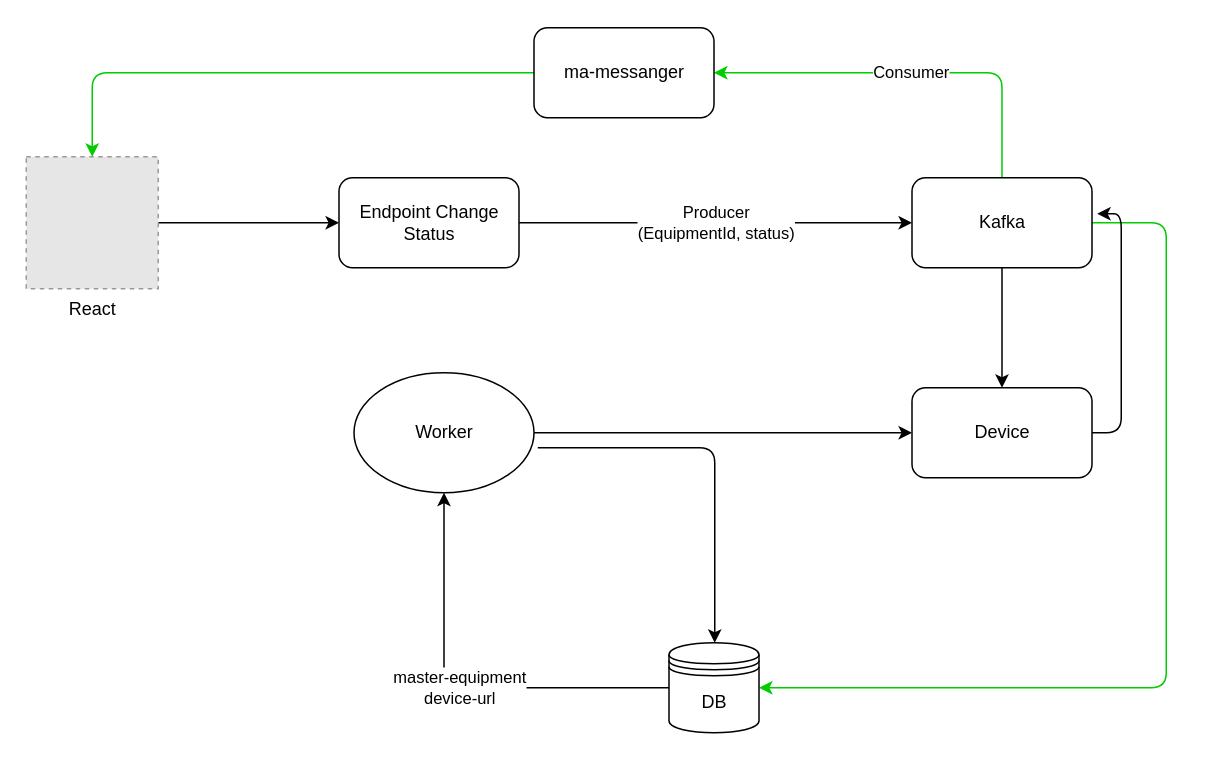
Above: page "change status" (1 of 2) of equipment.drawio in cahya93/diagram.io (draw.io), before the change. Source tidied: cells renumbered, new cells numbered last; positions are measured from the earlier drawing's top-left corner, leaving out a move shared by most shapes. Both pictures are drawn from the tidied source at 150%, with x=0, y=0 at pixel (26, 27). Pictures stored in the file or linked from it are replaced by grey dashed boxes.
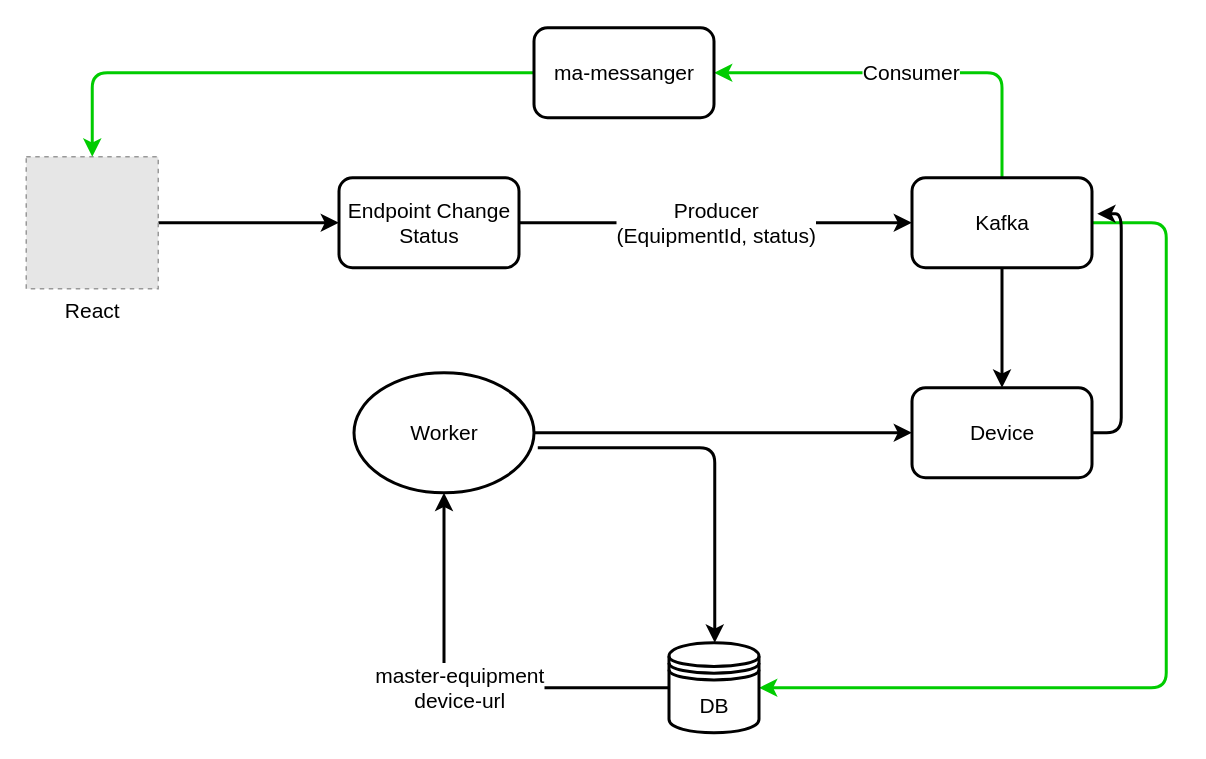
After the change.

What changed in the source:
```diff
@@
-    <mxCell id="2" value="&lt;div&gt;Producer&lt;/div&gt;&lt;div&gt;(EquipmentId, status)&lt;/div&gt;" style="edgeStyle=orthogonalEdgeStyle;rounded=1;jettySize=auto;html=1;" parent="1" edge="1" source="3" target="7">
+    <mxCell id="2" value="&lt;div style=&quot;font-size: 14px;&quot;&gt;Producer&lt;/div&gt;&lt;div style=&quot;font-size: 14px;&quot;&gt;(EquipmentId, status)&lt;/div&gt;" style="edgeStyle=orthogonalEdgeStyle;rounded=1;jettySize=auto;html=1;fontSize=14;strokeWidth=2;" parent="1" edge="1" source="3" target="7">
       <mxGeometry relative="1" as="geometry" />
     </mxCell>
-    <mxCell id="3" value="Endpoint Change Status" style="rounded=1;whiteSpace=wrap;html=1;" parent="1" vertex="1">
+    <mxCell id="3" value="Endpoint Change Status" style="rounded=1;whiteSpace=wrap;html=1;fontSize=14;strokeWidth=2;" parent="1" vertex="1">
       <mxGeometry x="208.5" y="100" width="120" height="60" as="geometry" />
     </mxCell>
-    <mxCell id="4" style="edgeStyle=orthogonalEdgeStyle;rounded=1;jettySize=auto;html=1;" parent="1" edge="1" source="7" target="9">
+    <mxCell id="4" style="edgeStyle=orthogonalEdgeStyle;rounded=1;jettySize=auto;html=1;fontSize=14;strokeWidth=2;" parent="1" edge="1" source="7" target="9">
       <mxGeometry relative="1" as="geometry" />
     </mxCell>
-    <mxCell id="5" value="Consumer" style="edgeStyle=orthogonalEdgeStyle;rounded=1;jettySize=auto;html=1;entryX=1;entryY=0.5;entryDx=0;entryDy=0;exitX=0.5;exitY=0;exitDx=0;exitDy=0;strokeColor=#00CC00;" parent="1" edge="1" source="7" target="18">
+    <mxCell id="5" value="Consumer" style="edgeStyle=orthogonalEdgeStyle;rounded=1;jettySize=auto;html=1;entryX=1;entryY=0.5;entryDx=0;entryDy=0;exitX=0.5;exitY=0;exitDx=0;exitDy=0;strokeColor=#00CC00;fontSize=14;strokeWidth=2;" parent="1" edge="1" source="7" target="18">
       <mxGeometry relative="1" as="geometry">
         <Array as="points">
           <mxPoint x="651" y="30" />
         </Array>
       </mxGeometry>
     </mxCell>
-    <mxCell id="6" style="edgeStyle=orthogonalEdgeStyle;rounded=1;jettySize=auto;html=1;entryX=1;entryY=0.5;entryDx=0;entryDy=0;strokeColor=#00CC00;" parent="1" edge="1" source="7" target="14">
+    <mxCell id="6" style="edgeStyle=orthogonalEdgeStyle;rounded=1;jettySize=auto;html=1;entryX=1;entryY=0.5;entryDx=0;entryDy=0;strokeColor=#00CC00;fontSize=14;strokeWidth=2;" parent="1" edge="1" source="7" target="14">
       <mxGeometry relative="1" as="geometry">
         <Array as="points">
           <mxPoint x="760" y="130" />
           <mxPoint x="760" y="440" />
         </Array>
       </mxGeometry>
     </mxCell>
-    <mxCell id="7" value="Kafka" style="rounded=1;whiteSpace=wrap;html=1;" parent="1" vertex="1">
+    <mxCell id="7" value="Kafka" style="rounded=1;whiteSpace=wrap;html=1;fontSize=14;strokeWidth=2;" parent="1" vertex="1">
       <mxGeometry x="590.5" y="100" width="120" height="60" as="geometry" />
     </mxCell>
-    <mxCell id="8" style="edgeStyle=orthogonalEdgeStyle;rounded=1;jettySize=auto;html=1;entryX=1.029;entryY=0.4;entryDx=0;entryDy=0;entryPerimeter=0;exitX=1;exitY=0.5;exitDx=0;exitDy=0;" parent="1" edge="1" source="9" target="7">
+    <mxCell id="8" style="edgeStyle=orthogonalEdgeStyle;rounded=1;jettySize=auto;html=1;entryX=1.029;entryY=0.4;entryDx=0;entryDy=0;entryPerimeter=0;exitX=1;exitY=0.5;exitDx=0;exitDy=0;fontSize=14;strokeWidth=2;" parent="1" edge="1" source="9" target="7">
       <mxGeometry relative="1" as="geometry">
         <Array as="points">
           <mxPoint x="730" y="270" />
           <mxPoint x="730" y="124" />
         </Array>
       </mxGeometry>
     </mxCell>
-    <mxCell id="9" value="Device" style="rounded=1;whiteSpace=wrap;html=1;" parent="1" vertex="1">
+    <mxCell id="9" value="Device" style="rounded=1;whiteSpace=wrap;html=1;fontSize=14;strokeWidth=2;" parent="1" vertex="1">
       <mxGeometry x="590.5" y="240" width="120" height="60" as="geometry" />
     </mxCell>
-    <mxCell id="10" style="edgeStyle=orthogonalEdgeStyle;rounded=1;jettySize=auto;html=1;entryX=0;entryY=0.5;entryDx=0;entryDy=0;" parent="1" edge="1" source="12" target="9">
+    <mxCell id="10" style="edgeStyle=orthogonalEdgeStyle;rounded=1;jettySize=auto;html=1;entryX=0;entryY=0.5;entryDx=0;entryDy=0;fontSize=14;strokeWidth=2;" parent="1" edge="1" source="12" target="9">
       <mxGeometry relative="1" as="geometry" />
     </mxCell>
-    <mxCell id="11" style="edgeStyle=orthogonalEdgeStyle;rounded=1;jettySize=auto;html=1;exitX=1.021;exitY=0.625;exitDx=0;exitDy=0;exitPerimeter=0;" parent="1" edge="1" source="12" target="14">
+    <mxCell id="11" style="edgeStyle=orthogonalEdgeStyle;rounded=1;jettySize=auto;html=1;exitX=1.021;exitY=0.625;exitDx=0;exitDy=0;exitPerimeter=0;fontSize=14;strokeWidth=2;" parent="1" edge="1" source="12" target="14">
       <mxGeometry relative="1" as="geometry">
         <Array as="points">
           <mxPoint x="459" y="280" />
         </Array>
       </mxGeometry>
     </mxCell>
-    <mxCell id="12" value="Worker" style="ellipse;whiteSpace=wrap;html=1;rounded=1;" parent="1" vertex="1">
+    <mxCell id="12" value="Worker" style="ellipse;whiteSpace=wrap;html=1;rounded=1;fontSize=14;strokeWidth=2;" parent="1" vertex="1">
       <mxGeometry x="218.5" y="230" width="120" height="80" as="geometry" />
     </mxCell>
-    <mxCell id="13" value="master-equipment&lt;br&gt;device-url" style="edgeStyle=orthogonalEdgeStyle;rounded=1;jettySize=auto;html=1;entryX=0.5;entryY=1;entryDx=0;entryDy=0;" parent="1" edge="1" source="14" target="12">
+    <mxCell id="13" value="master-equipment&lt;br style=&quot;font-size: 14px;&quot;&gt;device-url" style="edgeStyle=orthogonalEdgeStyle;rounded=1;jettySize=auto;html=1;entryX=0.5;entryY=1;entryDx=0;entryDy=0;fontSize=14;strokeWidth=2;" parent="1" edge="1" source="14" target="12">
       <mxGeometry relative="1" as="geometry" />
     </mxCell>
-    <mxCell id="14" value="DB" style="shape=datastore;whiteSpace=wrap;html=1;rounded=1;" parent="1" vertex="1">
+    <mxCell id="14" value="DB" style="shape=datastore;whiteSpace=wrap;html=1;rounded=1;fontSize=14;strokeWidth=2;" parent="1" vertex="1">
       <mxGeometry x="428.5" y="410" width="60" height="60" as="geometry" />
     </mxCell>
-    <mxCell id="15" style="edgeStyle=orthogonalEdgeStyle;rounded=1;jettySize=auto;html=1;entryX=0;entryY=0.5;entryDx=0;entryDy=0;" parent="1" edge="1" source="16" target="3">
+    <mxCell id="15" style="edgeStyle=orthogonalEdgeStyle;rounded=1;jettySize=auto;html=1;entryX=0;entryY=0.5;entryDx=0;entryDy=0;fontSize=14;strokeWidth=2;" parent="1" edge="1" source="16" target="3">
       <mxGeometry relative="1" as="geometry" />
     </mxCell>
-    <mxCell id="16" value="&lt;div&gt;React&lt;/div&gt;" style="fillColor=#E6E6E6;strokeColor=#999999;dashed=1;html=1;verticalAlign=top;verticalLabelPosition=bottom;labelBackgroundColor=#ffffff;" parent="1" vertex="1">
+    <mxCell id="16" value="&lt;div style=&quot;font-size: 14px;&quot;&gt;React&lt;/div&gt;" style="fillColor=#E6E6E6;strokeColor=#999999;dashed=1;html=1;verticalAlign=top;verticalLabelPosition=bottom;labelBackgroundColor=#ffffff;fontSize=14;" parent="1" vertex="1">
       <mxGeometry y="86" width="88" height="88" as="geometry" />
     </mxCell>
-    <mxCell id="17" style="edgeStyle=orthogonalEdgeStyle;rounded=1;jettySize=auto;html=1;strokeColor=#00CC00;" parent="1" edge="1" source="18" target="16">
+    <mxCell id="17" style="edgeStyle=orthogonalEdgeStyle;rounded=1;jettySize=auto;html=1;strokeColor=#00CC00;fontSize=14;strokeWidth=2;" parent="1" edge="1" source="18" target="16">
       <mxGeometry relative="1" as="geometry" />
     </mxCell>
-    <mxCell id="18" value="ma-messanger" style="rounded=1;whiteSpace=wrap;html=1;" parent="1" vertex="1">
+    <mxCell id="18" value="ma-messanger" style="rounded=1;whiteSpace=wrap;html=1;fontSize=14;strokeWidth=2;" parent="1" vertex="1">
       <mxGeometry x="338.5" width="120" height="60" as="geometry" />
     </mxCell>
```
